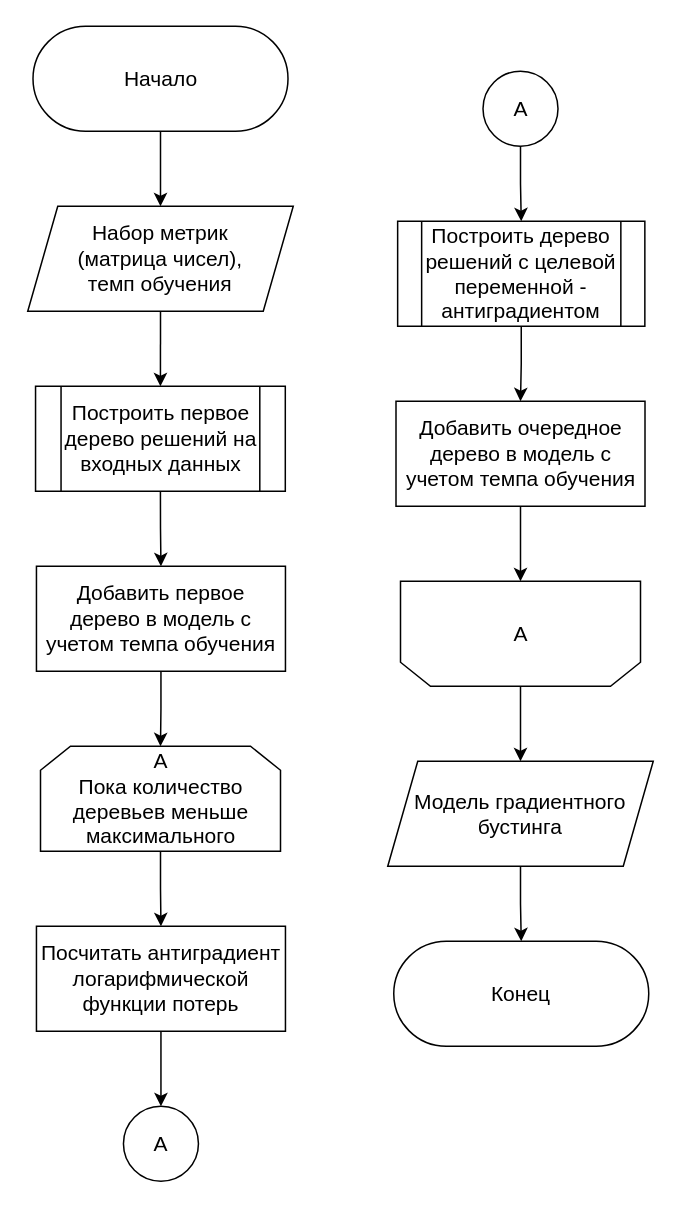
Before: page "boosting" (2 of 6) of doc/inc/design/design.drawio in ilyasssklimov/bmstu_DefectDetection, a draw.io diagram. Source tidied: cells renumbered, new cells numbered last; positions are measured from the earlier drawing's top-left corner, leaving out a move shared by most shapes. Both pictures are drawn from the tidied source at 150%, with x=0, y=0 at pixel (27, 26).
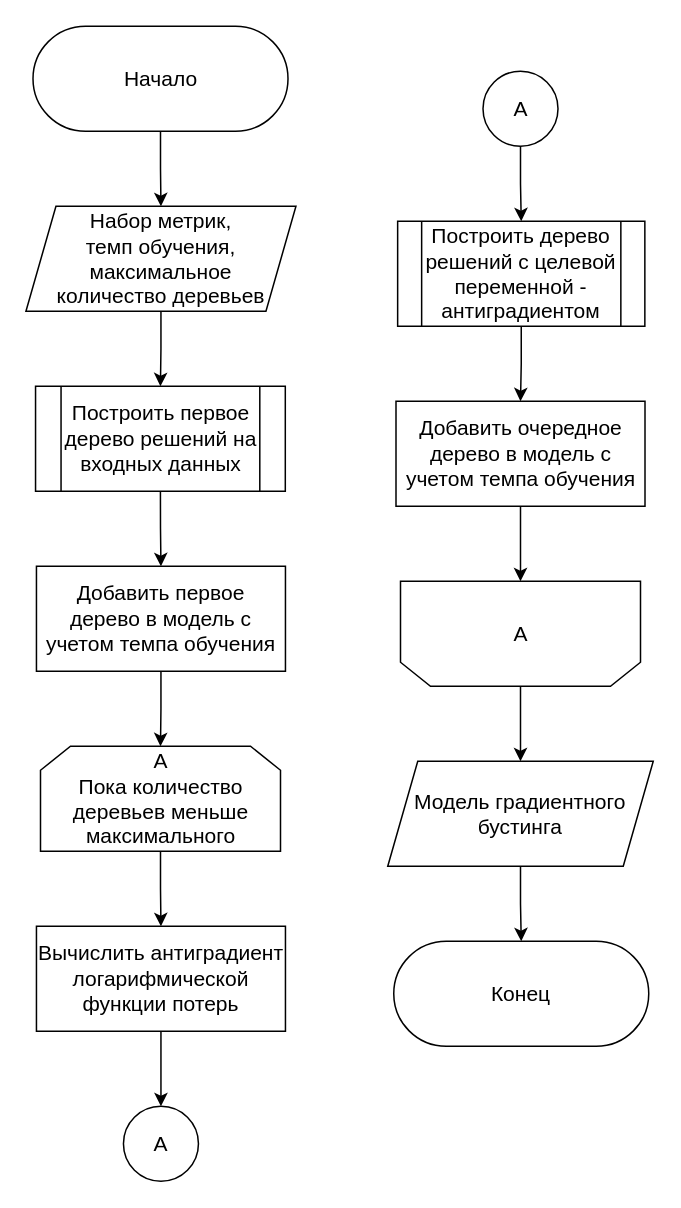
After the change.

Diff of the diagram source:
```diff
@@
-    <mxCell id="6" value="&lt;div&gt;&lt;font style=&quot;font-size: 14px;&quot;&gt;Посчитать антиградиент логарифмической функции потерь&lt;/font&gt;&lt;/div&gt;" style="rounded=0;whiteSpace=wrap;html=1;" parent="1" vertex="1">
+    <mxCell id="6" value="&lt;div&gt;&lt;font style=&quot;font-size: 14px;&quot;&gt;Вычислить антиградиент логарифмической функции потерь&lt;/font&gt;&lt;/div&gt;" style="rounded=0;whiteSpace=wrap;html=1;" parent="1" vertex="1">
       <mxGeometry x="5.8" y="600" width="166" height="70" as="geometry" />
     </mxCell>
@@
-    <mxCell id="17" value="&lt;div style=&quot;font-size: 14px;&quot;&gt;&lt;font style=&quot;font-size: 14px;&quot;&gt;Набор метрик&lt;/font&gt;&lt;/div&gt;&lt;div style=&quot;font-size: 14px;&quot;&gt;&lt;font style=&quot;font-size: 14px;&quot;&gt;(матрица чисел),&lt;/font&gt;&lt;/div&gt;&lt;div style=&quot;font-size: 14px;&quot;&gt;&lt;font style=&quot;font-size: 14px;&quot;&gt;темп обучения&lt;br&gt;&lt;/font&gt;&lt;/div&gt;" style="shape=parallelogram;perimeter=parallelogramPerimeter;whiteSpace=wrap;html=1;fixedSize=1;" parent="1" vertex="1">
-      <mxGeometry y="120" width="177" height="70" as="geometry" />
+    <mxCell id="17" value="&lt;div style=&quot;font-size: 14px;&quot;&gt;&lt;font style=&quot;font-size: 14px;&quot;&gt;Набор метрик,&lt;/font&gt;&lt;/div&gt;&lt;div style=&quot;font-size: 14px;&quot;&gt;&lt;font style=&quot;font-size: 14px;&quot;&gt;темп обучения, максимальное&lt;/font&gt;&lt;/div&gt;&lt;div style=&quot;font-size: 14px;&quot;&gt;&lt;font style=&quot;font-size: 14px;&quot;&gt;количество деревьев&lt;br&gt;&lt;/font&gt;&lt;/div&gt;" style="shape=parallelogram;perimeter=parallelogramPerimeter;whiteSpace=wrap;html=1;fixedSize=1;" parent="1" vertex="1">
+      <mxGeometry x="-1.2" y="120" width="180" height="70" as="geometry" />
     </mxCell>
```
